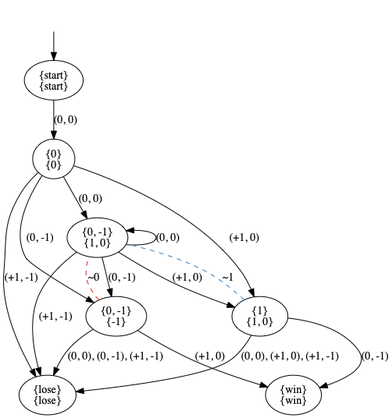
This is pictures/GK2.png from olandr/mkbsc, a Graphviz export, as it was before one commit. Its source is kept beside it as pictures/GK2.dot.
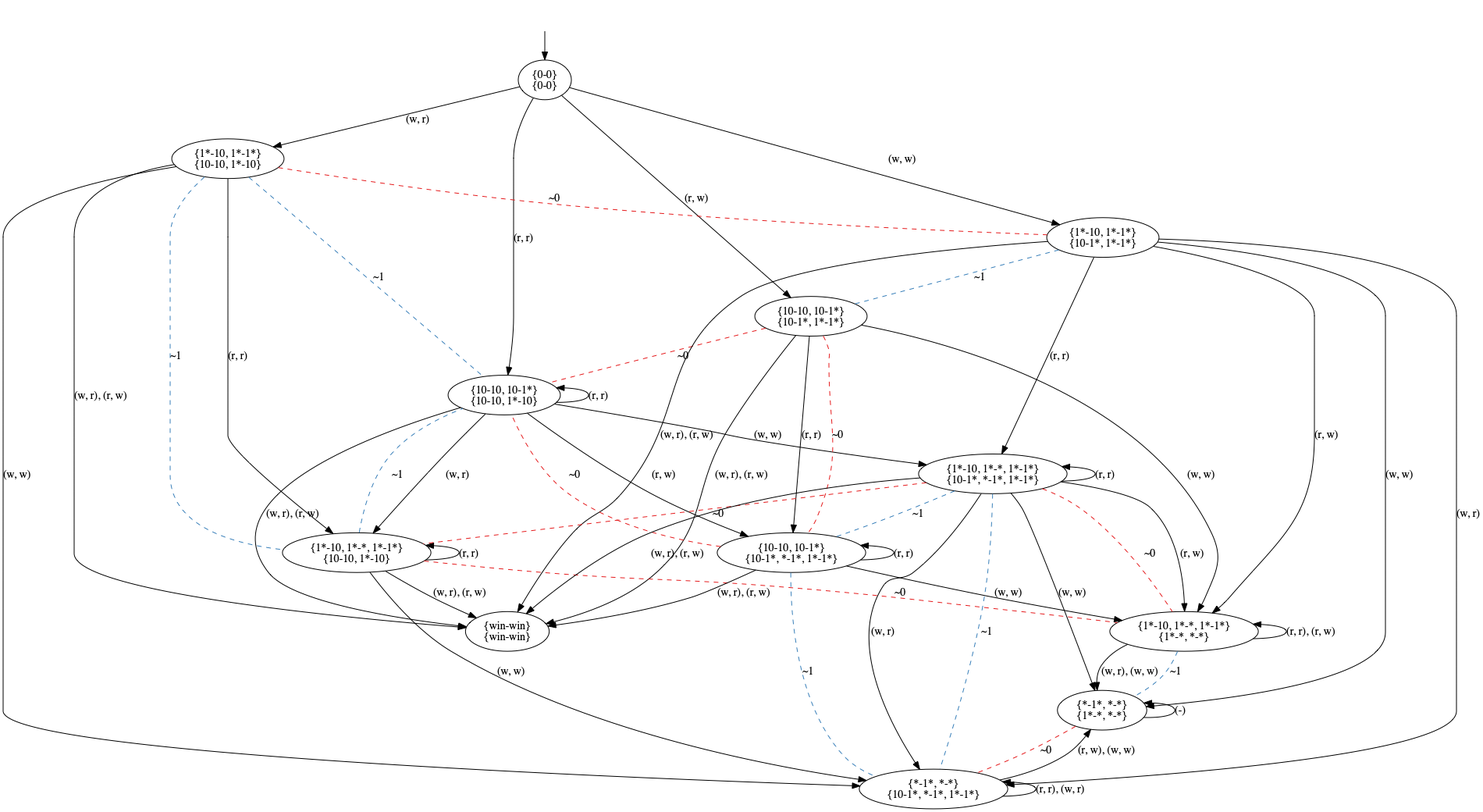
Later version of the same file.

Diff of the diagram source:
```diff
@@ -3,28 +3,70 @@
 nodesep=0.5;
 ranksep=0.5;
 splines=True;
-4676471832 [label="{start}\n{start}"];
-4676471944 [label="{0}\n{0}"];
-4676471272 [label="{0, -1}\n{1, 0}"];
-4676472112 [label="{1}\n{1, 0}"];
-4676472336 [label="{0, -1}\n{-1}"];
-4676472560 [label="{lose}\n{lose}"];
-4676434016 [label="{win}\n{win}"];
+4626917864 [label="{0-0}\n{0-0}"];
+4626917752 [label="{10-10, 10-1*}\n{10-10, 1*-10}"];
+4626917640 [label="{1*-10, 1*-1*}\n{10-10, 1*-10}"];
+4626918648 [label="{10-10, 10-1*}\n{10-1*, 1*-1*}"];
+4626918760 [label="{1*-10, 1*-1*}\n{10-1*, 1*-1*}"];
+4626917920 [label="{1*-10, 1*-*, 1*-1*}\n{10-10, 1*-10}"];
+4626918088 [label="{win-win}\n{win-win}"];
+4626918200 [label="{10-10, 10-1*}\n{10-1*, *-1*, 1*-1*}"];
+4626918424 [label="{1*-10, 1*-*, 1*-1*}\n{10-1*, *-1*, 1*-1*}"];
+4626919264 [label="{*-1*, *-*}\n{10-1*, *-1*, 1*-1*}"];
+4624242728 [label="{1*-10, 1*-*, 1*-1*}\n{1*-*, *-*}"];
+4626699040 [label="{*-1*, *-*}\n{1*-*, *-*}"];
 hidden [label="", shape=none];
-4676471832 -> 4676471944  [action="('0', '0')", key="('0', '0')", label="(0, 0)"];
-4676471944 -> 4676471272  [action="('0', '0')", key="('0', '0')", label="(0, 0)"];
-4676471944 -> 4676472112  [action="('+1', '0')", key="('+1', '0')", label="(+1, 0)"];
-4676471944 -> 4676472336  [action="('0', '-1')", key="('0', '-1')", label="(0, -1)"];
-4676471944 -> 4676472560  [action="('+1', '-1')", key="('+1', '-1')", label="(+1, -1)"];
-4676471272 -> 4676471272  [action="('0', '0')", dir=back, key="('0', '0')", label="(0, 0)"];
-4676471272 -> 4676472112  [action="('+1', '0')", key="('+1', '0')", label="(+1, 0)"];
-4676471272 -> 4676472336  [action="('0', '-1')", key="('0', '-1')", label="(0, -1)"];
-4676471272 -> 4676472560  [action="('+1', '-1')", key="('+1', '-1')", label="(+1, -1)"];
-4676472112 -> 4676434016  [action="('0', '-1')", key="('0', '-1')", label="(0, -1)"];
-4676472112 -> 4676472560  [action="(('0', '0'), ('+1', '0'), ('+1', '-1'))", key="(('0', '0'), ('+1', '0'), ('+1', '-1'))", label="(0, 0), (+1, 0), (+1, -1)"];
-4676472112 -> 4676471272  [arrowhead=none, color=2, colorscheme=set19, constraint=True, key=0, label="~1", style=dashed];
-4676472336 -> 4676434016  [action="('+1', '0')", key="('+1', '0')", label="(+1, 0)"];
-4676472336 -> 4676472560  [action="(('0', '0'), ('0', '-1'), ('+1', '-1'))", key="(('0', '0'), ('0', '-1'), ('+1', '-1'))", label="(0, 0), (0, -1), (+1, -1)"];
-4676472336 -> 4676471272  [arrowhead=none, color=1, colorscheme=set19, constraint=True, key=0, label="~0", style=dashed];
-hidden -> 4676471832  [key=0];
+4626917864 -> 4626917752  [action="('r', 'r')", key="('r', 'r')", label="(r, r)"];
+4626917864 -> 4626917640  [action="('w', 'r')", key="('w', 'r')", label="(w, r)"];
+4626917864 -> 4626918648  [action="('r', 'w')", key="('r', 'w')", label="(r, w)"];
+4626917864 -> 4626918760  [action="('w', 'w')", key="('w', 'w')", label="(w, w)"];
+4626917752 -> 4626917752  [action="('r', 'r')", dir=back, key="('r', 'r')", label="(r, r)"];
+4626917752 -> 4626917920  [action="('w', 'r')", key="('w', 'r')", label="(w, r)"];
+4626917752 -> 4626918200  [action="('r', 'w')", key="('r', 'w')", label="(r, w)"];
+4626917752 -> 4626918424  [action="('w', 'w')", key="('w', 'w')", label="(w, w)"];
+4626917752 -> 4626918088  [action="(('w', 'r'), ('r', 'w'))", key="(('w', 'r'), ('r', 'w'))", label="(w, r), (r, w)"];
+4626917640 -> 4626917920  [action="('r', 'r')", key="('r', 'r')", label="(r, r)"];
+4626917640 -> 4626917920  [arrowhead=none, color=2, colorscheme=set19, constraint=True, key=1, label="~1", style=dashed];
+4626917640 -> 4626919264  [action="('w', 'w')", key="('w', 'w')", label="(w, w)"];
+4626917640 -> 4626918088  [action="(('w', 'r'), ('r', 'w'))", key="(('w', 'r'), ('r', 'w'))", label="(w, r), (r, w)"];
+4626917640 -> 4626918760  [arrowhead=none, color=1, colorscheme=set19, constraint=True, key=0, label="~0", style=dashed];
+4626917640 -> 4626917752  [arrowhead=none, color=2, colorscheme=set19, constraint=True, key=0, label="~1", style=dashed];
+4626918648 -> 4626918200  [action="('r', 'r')", key="('r', 'r')", label="(r, r)"];
+4626918648 -> 4626918200  [arrowhead=none, color=1, colorscheme=set19, constraint=True, key=1, label="~0", style=dashed];
+4626918648 -> 4624242728  [action="('w', 'w')", key="('w', 'w')", label="(w, w)"];
+4626918648 -> 4626918088  [action="(('w', 'r'), ('r', 'w'))", key="(('w', 'r'), ('r', 'w'))", label="(w, r), (r, w)"];
+4626918648 -> 4626917752  [arrowhead=none, color=1, colorscheme=set19, constraint=True, key=0, label="~0", style=dashed];
+4626918760 -> 4626918424  [action="('r', 'r')", key="('r', 'r')", label="(r, r)"];
+4626918760 -> 4626919264  [action="('w', 'r')", key="('w', 'r')", label="(w, r)"];
+4626918760 -> 4624242728  [action="('r', 'w')", key="('r', 'w')", label="(r, w)"];
+4626918760 -> 4626699040  [action="('w', 'w')", key="('w', 'w')", label="(w, w)"];
+4626918760 -> 4626918088  [action="(('w', 'r'), ('r', 'w'))", key="(('w', 'r'), ('r', 'w'))", label="(w, r), (r, w)"];
+4626918760 -> 4626918648  [arrowhead=none, color=2, colorscheme=set19, constraint=True, key=0, label="~1", style=dashed];
+4626917920 -> 4626917920  [action="('r', 'r')", dir=back, key="('r', 'r')", label="(r, r)"];
+4626917920 -> 4626919264  [action="('w', 'w')", key="('w', 'w')", label="(w, w)"];
+4626917920 -> 4626918088  [action="(('w', 'r'), ('r', 'w'))", key="(('w', 'r'), ('r', 'w'))", label="(w, r), (r, w)"];
+4626917920 -> 4624242728  [arrowhead=none, color=1, colorscheme=set19, constraint=True, key=0, label="~0", style=dashed];
+4626917920 -> 4626917752  [arrowhead=none, color=2, colorscheme=set19, constraint=True, key=0, label="~1", style=dashed];
+4626918200 -> 4626918200  [action="('r', 'r')", dir=back, key="('r', 'r')", label="(r, r)"];
+4626918200 -> 4624242728  [action="('w', 'w')", key="('w', 'w')", label="(w, w)"];
+4626918200 -> 4626918088  [action="(('w', 'r'), ('r', 'w'))", key="(('w', 'r'), ('r', 'w'))", label="(w, r), (r, w)"];
+4626918200 -> 4626917752  [arrowhead=none, color=1, colorscheme=set19, constraint=True, key=0, label="~0", style=dashed];
+4626918200 -> 4626919264  [arrowhead=none, color=2, colorscheme=set19, constraint=True, key=0, label="~1", style=dashed];
+4626918424 -> 4626918424  [action="('r', 'r')", dir=back, key="('r', 'r')", label="(r, r)"];
+4626918424 -> 4626919264  [action="('w', 'r')", key="('w', 'r')", label="(w, r)"];
+4626918424 -> 4626919264  [arrowhead=none, color=2, colorscheme=set19, constraint=True, key=1, label="~1", style=dashed];
+4626918424 -> 4624242728  [action="('r', 'w')", key="('r', 'w')", label="(r, w)"];
+4626918424 -> 4624242728  [arrowhead=none, color=1, colorscheme=set19, constraint=True, key=1, label="~0", style=dashed];
+4626918424 -> 4626699040  [action="('w', 'w')", key="('w', 'w')", label="(w, w)"];
+4626918424 -> 4626918088  [action="(('w', 'r'), ('r', 'w'))", key="(('w', 'r'), ('r', 'w'))", label="(w, r), (r, w)"];
+4626918424 -> 4626917920  [arrowhead=none, color=1, colorscheme=set19, constraint=True, key=0, label="~0", style=dashed];
+4626918424 -> 4626918200  [arrowhead=none, color=2, colorscheme=set19, constraint=True, key=0, label="~1", style=dashed];
+4626919264 -> 4626919264  [action="(('r', 'r'), ('w', 'r'))", dir=back, key="(('r', 'r'), ('w', 'r'))", label="(r, r), (w, r)"];
+4626919264 -> 4626699040  [action="(('r', 'w'), ('w', 'w'))", key="(('r', 'w'), ('w', 'w'))", label="(r, w), (w, w)"];
+4624242728 -> 4624242728  [action="(('r', 'r'), ('r', 'w'))", dir=back, key="(('r', 'r'), ('r', 'w'))", label="(r, r), (r, w)"];
+4624242728 -> 4626699040  [action="(('w', 'r'), ('w', 'w'))", key="(('w', 'r'), ('w', 'w'))", label="(w, r), (w, w)"];
+4624242728 -> 4626699040  [arrowhead=none, color=2, colorscheme=set19, constraint=True, key=1, label="~1", style=dashed];
+4626699040 -> 4626699040  [action="(('r', 'r'), ('w', 'r'), ('r', 'w'), ('w', 'w'))", dir=back, key="(('r', 'r'), ('w', 'r'), ('r', 'w'), ('w', 'w'))", label="(-)"];
+4626699040 -> 4626919264  [arrowhead=none, color=1, colorscheme=set19, constraint=True, key=0, label="~0", style=dashed];
+hidden -> 4626917864  [key=0];
 }
```
